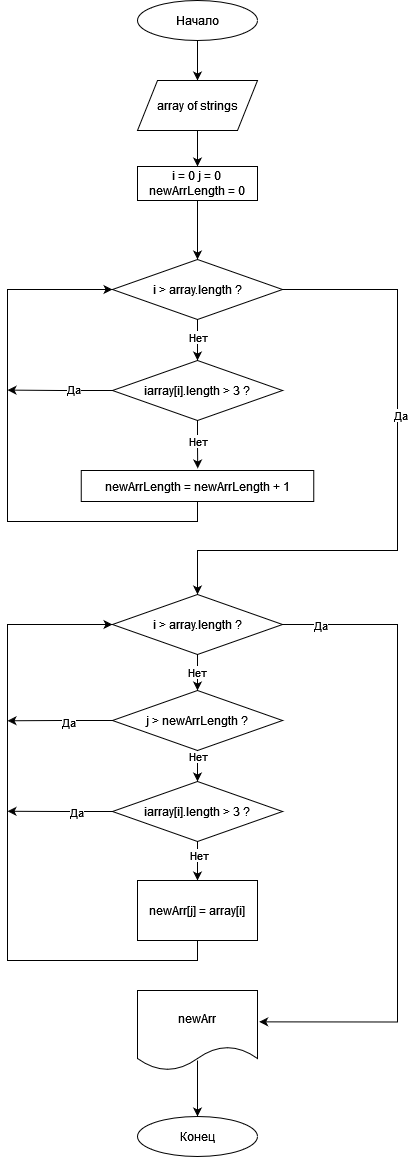
Above: Scheme.png in JennyBeltsova/FirstBlockExam02 (draw.io), before the change. Source tidied: cells renumbered, new cells last; positions are measured from the earlier drawing's top-left corner, leaving out a move shared by most shapes. The source it was exported from:
```xml
<mxGraphModel>
  <root>
    <mxCell id="0" />
    <mxCell id="1" parent="0" />
    <mxCell id="2" style="edgeStyle=orthogonalEdgeStyle;rounded=0;jettySize=auto;html=1;exitX=0.5;exitY=1;exitDx=0;exitDy=0;entryX=0.5;entryY=0;entryDx=0;entryDy=0;" parent="1" edge="1" source="3" target="6">
      <mxGeometry relative="1" as="geometry" />
    </mxCell>
    <mxCell id="3" value="Начало" style="ellipse;whiteSpace=wrap;html=1;" parent="1" vertex="1">
      <mxGeometry x="130" width="120" height="40" as="geometry" />
    </mxCell>
    <mxCell id="4" value="Конец" style="ellipse;whiteSpace=wrap;html=1;" parent="1" vertex="1">
      <mxGeometry x="130" y="1116" width="120" height="40" as="geometry" />
    </mxCell>
    <mxCell id="5" style="edgeStyle=orthogonalEdgeStyle;rounded=0;jettySize=auto;html=1;exitX=0.5;exitY=1;exitDx=0;exitDy=0;entryX=0.5;entryY=0;entryDx=0;entryDy=0;" parent="1" edge="1" source="6" target="12">
      <mxGeometry relative="1" as="geometry" />
    </mxCell>
    <mxCell id="6" value="array of strings" style="shape=parallelogram;perimeter=parallelogramPerimeter;whiteSpace=wrap;html=1;fixedSize=1;" parent="1" vertex="1">
      <mxGeometry x="130" y="80" width="120" height="50" as="geometry" />
    </mxCell>
    <mxCell id="7" style="edgeStyle=orthogonalEdgeStyle;rounded=0;jettySize=auto;html=1;exitX=1;exitY=0.5;exitDx=0;exitDy=0;" parent="1" edge="1" source="10" target="24">
      <mxGeometry relative="1" as="geometry">
        <Array as="points">
          <mxPoint x="390" y="289" />
          <mxPoint x="390" y="550" />
          <mxPoint x="190" y="550" />
        </Array>
      </mxGeometry>
    </mxCell>
    <mxCell id="8" value="Да" style="edgeLabel;html=1;align=center;verticalAlign=middle;" parent="7" vertex="1">
      <mxGeometry x="-0.22" y="2" relative="1" as="geometry" />
    </mxCell>
    <mxCell id="9" style="edgeStyle=orthogonalEdgeStyle;rounded=0;jettySize=auto;html=1;exitX=0.5;exitY=1;exitDx=0;exitDy=0;entryX=0.5;entryY=0;entryDx=0;entryDy=0;" parent="1" edge="1" source="10" target="19">
      <mxGeometry relative="1" as="geometry" />
    </mxCell>
    <mxCell id="10" value="i &amp;gt; array.length ?" style="rhombus;whiteSpace=wrap;html=1;" parent="1" vertex="1">
      <mxGeometry x="105" y="259" width="170" height="60" as="geometry" />
    </mxCell>
    <mxCell id="11" style="edgeStyle=orthogonalEdgeStyle;rounded=0;jettySize=auto;html=1;exitX=0.5;exitY=1;exitDx=0;exitDy=0;entryX=0.5;entryY=0;entryDx=0;entryDy=0;" parent="1" edge="1" source="12" target="10">
      <mxGeometry relative="1" as="geometry" />
    </mxCell>
    <mxCell id="12" value="&lt;div&gt;i = 0 j = 0&lt;br&gt;&lt;/div&gt;&lt;div&gt;newArrLength = 0&lt;br&gt;&lt;/div&gt;" style="rounded=0;whiteSpace=wrap;html=1;" parent="1" vertex="1">
      <mxGeometry x="130" y="166" width="120" height="34" as="geometry" />
    </mxCell>
    <mxCell id="13" style="edgeStyle=orthogonalEdgeStyle;rounded=0;jettySize=auto;html=1;exitX=0.5;exitY=1;exitDx=0;exitDy=0;entryX=0;entryY=0.5;entryDx=0;entryDy=0;" parent="1" edge="1" source="14" target="10">
      <mxGeometry relative="1" as="geometry">
        <Array as="points">
          <mxPoint x="190" y="521" />
          <mxPoint y="521" />
          <mxPoint y="289" />
        </Array>
      </mxGeometry>
    </mxCell>
    <mxCell id="14" value="newArrLength = newArrLength + 1" style="rounded=0;whiteSpace=wrap;html=1;" parent="1" vertex="1">
      <mxGeometry x="73.8" y="470" width="232.5" height="31" as="geometry" />
    </mxCell>
    <mxCell id="15" style="edgeStyle=orthogonalEdgeStyle;rounded=0;jettySize=auto;html=1;exitX=0.5;exitY=1;exitDx=0;exitDy=0;entryX=0.501;entryY=-0.065;entryDx=0;entryDy=0;entryPerimeter=0;" parent="1" edge="1" source="19" target="14">
      <mxGeometry relative="1" as="geometry" />
    </mxCell>
    <mxCell id="16" value="Нет" style="edgeLabel;html=1;align=center;verticalAlign=middle;" parent="15" vertex="1">
      <mxGeometry x="-0.18" relative="1" as="geometry" />
    </mxCell>
    <mxCell id="17" style="edgeStyle=orthogonalEdgeStyle;rounded=0;jettySize=auto;html=1;exitX=0;exitY=0.5;exitDx=0;exitDy=0;" parent="1" edge="1" source="19">
      <mxGeometry relative="1" as="geometry">
        <mxPoint y="389.6" as="targetPoint" />
      </mxGeometry>
    </mxCell>
    <mxCell id="18" value="Да" style="edgeLabel;html=1;align=center;verticalAlign=middle;" parent="17" vertex="1">
      <mxGeometry x="-0.24" y="-2" relative="1" as="geometry" />
    </mxCell>
    <mxCell id="19" value="iarray[i].length &amp;gt; 3 ?" style="rhombus;whiteSpace=wrap;html=1;" parent="1" vertex="1">
      <mxGeometry x="105" y="360" width="170" height="60" as="geometry" />
    </mxCell>
    <mxCell id="20" value="Нет" style="edgeLabel;html=1;align=center;verticalAlign=middle;" parent="1" vertex="1">
      <mxGeometry x="190" y="335.4" as="geometry" />
    </mxCell>
    <mxCell id="21" style="edgeStyle=orthogonalEdgeStyle;rounded=0;jettySize=auto;html=1;exitX=1;exitY=0.5;exitDx=0;exitDy=0;entryX=1.014;entryY=0.392;entryDx=0;entryDy=0;entryPerimeter=0;" parent="1" edge="1" source="24" target="37">
      <mxGeometry relative="1" as="geometry">
        <Array as="points">
          <mxPoint x="390" y="624" />
          <mxPoint x="390" y="1021" />
        </Array>
      </mxGeometry>
    </mxCell>
    <mxCell id="22" value="Да" style="edgeLabel;html=1;align=center;verticalAlign=middle;" parent="21" vertex="1">
      <mxGeometry x="-0.88" relative="1" as="geometry">
        <mxPoint x="-1" as="offset" />
      </mxGeometry>
    </mxCell>
    <mxCell id="23" value="Нет" style="edgeStyle=orthogonalEdgeStyle;rounded=0;jettySize=auto;html=1;exitX=0.5;exitY=1;exitDx=0;exitDy=0;entryX=0.5;entryY=0;entryDx=0;entryDy=0;" parent="1" edge="1" source="24" target="29">
      <mxGeometry relative="1" as="geometry" />
    </mxCell>
    <mxCell id="24" value="i &amp;gt; array.length ?" style="rhombus;whiteSpace=wrap;html=1;" parent="1" vertex="1">
      <mxGeometry x="105" y="594" width="170" height="60" as="geometry" />
    </mxCell>
    <mxCell id="25" style="edgeStyle=orthogonalEdgeStyle;rounded=0;jettySize=auto;html=1;exitX=0.5;exitY=1;exitDx=0;exitDy=0;" parent="1" edge="1" source="29" target="34">
      <mxGeometry relative="1" as="geometry" />
    </mxCell>
    <mxCell id="26" value="Нет" style="edgeLabel;html=1;align=center;verticalAlign=middle;" parent="25" vertex="1">
      <mxGeometry x="-0.76" relative="1" as="geometry" />
    </mxCell>
    <mxCell id="27" style="edgeStyle=orthogonalEdgeStyle;rounded=0;jettySize=auto;html=1;exitX=0;exitY=0.5;exitDx=0;exitDy=0;" parent="1" edge="1" source="29">
      <mxGeometry relative="1" as="geometry">
        <mxPoint y="720.3" as="targetPoint" />
      </mxGeometry>
    </mxCell>
    <mxCell id="28" value="Да" style="edgeLabel;html=1;align=center;verticalAlign=middle;" parent="27" vertex="1">
      <mxGeometry x="-0.17" y="1" relative="1" as="geometry" />
    </mxCell>
    <mxCell id="29" value="j &amp;gt; newArrLength ?" style="rhombus;whiteSpace=wrap;html=1;" parent="1" vertex="1">
      <mxGeometry x="105" y="690" width="170" height="60" as="geometry" />
    </mxCell>
    <mxCell id="30" style="edgeStyle=orthogonalEdgeStyle;rounded=0;jettySize=auto;html=1;exitX=0.5;exitY=1;exitDx=0;exitDy=0;entryX=0.5;entryY=0;entryDx=0;entryDy=0;" parent="1" edge="1" source="34" target="36">
      <mxGeometry relative="1" as="geometry" />
    </mxCell>
    <mxCell id="31" value="Нет" style="edgeLabel;html=1;align=center;verticalAlign=middle;" parent="30" vertex="1">
      <mxGeometry x="-0.3" y="1" relative="1" as="geometry" />
    </mxCell>
    <mxCell id="32" style="edgeStyle=orthogonalEdgeStyle;rounded=0;jettySize=auto;html=1;exitX=0;exitY=0.5;exitDx=0;exitDy=0;" parent="1" edge="1" source="34">
      <mxGeometry relative="1" as="geometry">
        <mxPoint y="810.8" as="targetPoint" />
      </mxGeometry>
    </mxCell>
    <mxCell id="33" value="Да" style="edgeLabel;html=1;align=center;verticalAlign=middle;" parent="32" vertex="1">
      <mxGeometry x="-0.31" relative="1" as="geometry" />
    </mxCell>
    <mxCell id="34" value="iarray[i].length &amp;gt; 3 ?" style="rhombus;whiteSpace=wrap;html=1;" parent="1" vertex="1">
      <mxGeometry x="105" y="781" width="170" height="60" as="geometry" />
    </mxCell>
    <mxCell id="35" style="edgeStyle=orthogonalEdgeStyle;rounded=0;jettySize=auto;html=1;exitX=0.5;exitY=1;exitDx=0;exitDy=0;entryX=0;entryY=0.5;entryDx=0;entryDy=0;" parent="1" edge="1" source="36" target="24">
      <mxGeometry relative="1" as="geometry">
        <Array as="points">
          <mxPoint x="190" y="960" />
          <mxPoint y="960" />
          <mxPoint y="624" />
        </Array>
      </mxGeometry>
    </mxCell>
    <mxCell id="36" value="newArr[j] = array[i]" style="rounded=0;whiteSpace=wrap;html=1;" parent="1" vertex="1">
      <mxGeometry x="130" y="880" width="120" height="60" as="geometry" />
    </mxCell>
    <mxCell id="37" value="newArr" style="shape=document;whiteSpace=wrap;html=1;boundedLbl=1;" parent="1" vertex="1">
      <mxGeometry x="130" y="990" width="120" height="80" as="geometry" />
    </mxCell>
    <mxCell id="38" style="endArrow=classic;html=1;rounded=0;exitX=0.5;exitY=0.875;exitDx=0;exitDy=0;exitPerimeter=0;entryX=0.5;entryY=0;entryDx=0;entryDy=0;" parent="1" edge="1" source="37" target="4">
      <mxGeometry relative="1" as="geometry" />
    </mxCell>
  </root>
</mxGraphModel>
```
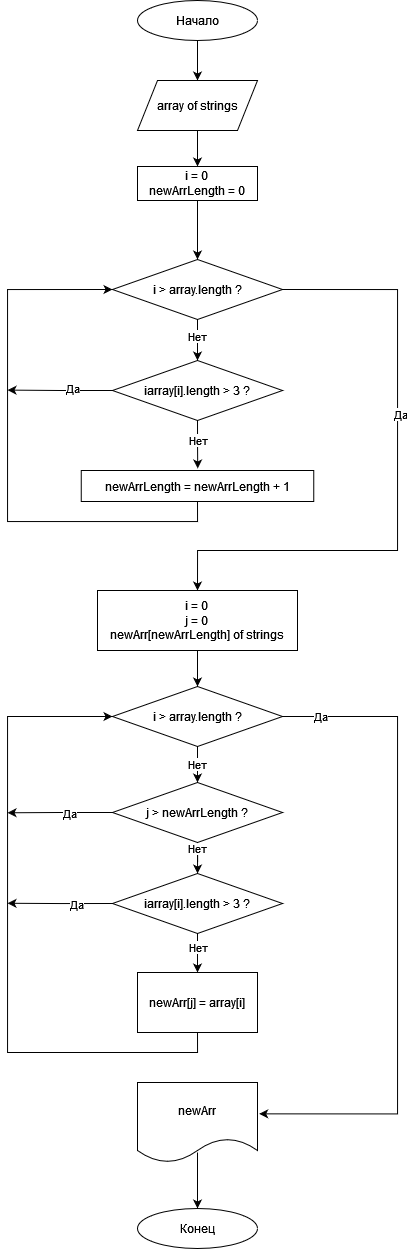
After the commit.

Change to the diagram source:
```diff
@@ -1,4 +1,4 @@
-<mxGraphModel>
+<mxGraphModel background="#ffffff">
   <root>
     <mxCell id="0" />
     <mxCell id="1" parent="0" />
@@ -9,7 +9,7 @@
       <mxGeometry x="130" width="120" height="40" as="geometry" />
     </mxCell>
     <mxCell id="4" value="Конец" style="ellipse;whiteSpace=wrap;html=1;" parent="1" vertex="1">
-      <mxGeometry x="130" y="1116" width="120" height="40" as="geometry" />
+      <mxGeometry x="130" y="1208" width="120" height="40" as="geometry" />
     </mxCell>
     <mxCell id="5" style="edgeStyle=orthogonalEdgeStyle;rounded=0;jettySize=auto;html=1;exitX=0.5;exitY=1;exitDx=0;exitDy=0;entryX=0.5;entryY=0;entryDx=0;entryDy=0;" parent="1" edge="1" source="6" target="12">
       <mxGeometry relative="1" as="geometry" />
@@ -17,8 +17,9 @@
     <mxCell id="6" value="array of strings" style="shape=parallelogram;perimeter=parallelogramPerimeter;whiteSpace=wrap;html=1;fixedSize=1;" parent="1" vertex="1">
       <mxGeometry x="130" y="80" width="120" height="50" as="geometry" />
     </mxCell>
-    <mxCell id="7" style="edgeStyle=orthogonalEdgeStyle;rounded=0;jettySize=auto;html=1;exitX=1;exitY=0.5;exitDx=0;exitDy=0;" parent="1" edge="1" source="10" target="24">
+    <mxCell id="7" style="edgeStyle=orthogonalEdgeStyle;rounded=0;jettySize=auto;html=1;exitX=1;exitY=0.5;exitDx=0;exitDy=0;" parent="1" edge="1" source="10">
       <mxGeometry relative="1" as="geometry">
+        <mxPoint x="190" y="590" as="targetPoint" />
         <Array as="points">
           <mxPoint x="390" y="289" />
           <mxPoint x="390" y="550" />
@@ -38,7 +39,7 @@
     <mxCell id="11" style="edgeStyle=orthogonalEdgeStyle;rounded=0;jettySize=auto;html=1;exitX=0.5;exitY=1;exitDx=0;exitDy=0;entryX=0.5;entryY=0;entryDx=0;entryDy=0;" parent="1" edge="1" source="12" target="10">
       <mxGeometry relative="1" as="geometry" />
     </mxCell>
-    <mxCell id="12" value="&lt;div&gt;i = 0 j = 0&lt;br&gt;&lt;/div&gt;&lt;div&gt;newArrLength = 0&lt;br&gt;&lt;/div&gt;" style="rounded=0;whiteSpace=wrap;html=1;" parent="1" vertex="1">
+    <mxCell id="12" value="&lt;div&gt;i = 0&lt;br&gt;&lt;/div&gt;&lt;div&gt;newArrLength = 0&lt;br&gt;&lt;/div&gt;" style="rounded=0;whiteSpace=wrap;html=1;" parent="1" vertex="1">
       <mxGeometry x="130" y="166" width="120" height="34" as="geometry" />
     </mxCell>
     <mxCell id="13" style="edgeStyle=orthogonalEdgeStyle;rounded=0;jettySize=auto;html=1;exitX=0.5;exitY=1;exitDx=0;exitDy=0;entryX=0;entryY=0.5;entryDx=0;entryDy=0;" parent="1" edge="1" source="14" target="10">
@@ -76,8 +77,8 @@
     <mxCell id="21" style="edgeStyle=orthogonalEdgeStyle;rounded=0;jettySize=auto;html=1;exitX=1;exitY=0.5;exitDx=0;exitDy=0;entryX=1.014;entryY=0.392;entryDx=0;entryDy=0;entryPerimeter=0;" parent="1" edge="1" source="24" target="37">
       <mxGeometry relative="1" as="geometry">
         <Array as="points">
-          <mxPoint x="390" y="624" />
-          <mxPoint x="390" y="1021" />
+          <mxPoint x="390" y="716" />
+          <mxPoint x="390" y="1113" />
         </Array>
       </mxGeometry>
     </mxCell>
@@ -90,7 +91,7 @@
       <mxGeometry relative="1" as="geometry" />
     </mxCell>
     <mxCell id="24" value="i &amp;gt; array.length ?" style="rhombus;whiteSpace=wrap;html=1;" parent="1" vertex="1">
-      <mxGeometry x="105" y="594" width="170" height="60" as="geometry" />
+      <mxGeometry x="105" y="686" width="170" height="60" as="geometry" />
     </mxCell>
     <mxCell id="25" style="edgeStyle=orthogonalEdgeStyle;rounded=0;jettySize=auto;html=1;exitX=0.5;exitY=1;exitDx=0;exitDy=0;" parent="1" edge="1" source="29" target="34">
       <mxGeometry relative="1" as="geometry" />
@@ -100,14 +101,14 @@
     </mxCell>
     <mxCell id="27" style="edgeStyle=orthogonalEdgeStyle;rounded=0;jettySize=auto;html=1;exitX=0;exitY=0.5;exitDx=0;exitDy=0;" parent="1" edge="1" source="29">
       <mxGeometry relative="1" as="geometry">
-        <mxPoint y="720.3" as="targetPoint" />
+        <mxPoint y="812.3" as="targetPoint" />
       </mxGeometry>
     </mxCell>
     <mxCell id="28" value="Да" style="edgeLabel;html=1;align=center;verticalAlign=middle;" parent="27" vertex="1">
       <mxGeometry x="-0.17" y="1" relative="1" as="geometry" />
     </mxCell>
     <mxCell id="29" value="j &amp;gt; newArrLength ?" style="rhombus;whiteSpace=wrap;html=1;" parent="1" vertex="1">
-      <mxGeometry x="105" y="690" width="170" height="60" as="geometry" />
+      <mxGeometry x="105" y="782" width="170" height="60" as="geometry" />
     </mxCell>
     <mxCell id="30" style="edgeStyle=orthogonalEdgeStyle;rounded=0;jettySize=auto;html=1;exitX=0.5;exitY=1;exitDx=0;exitDy=0;entryX=0.5;entryY=0;entryDx=0;entryDy=0;" parent="1" edge="1" source="34" target="36">
       <mxGeometry relative="1" as="geometry" />
@@ -117,32 +118,38 @@
     </mxCell>
     <mxCell id="32" style="edgeStyle=orthogonalEdgeStyle;rounded=0;jettySize=auto;html=1;exitX=0;exitY=0.5;exitDx=0;exitDy=0;" parent="1" edge="1" source="34">
       <mxGeometry relative="1" as="geometry">
-        <mxPoint y="810.8" as="targetPoint" />
+        <mxPoint y="902.8" as="targetPoint" />
       </mxGeometry>
     </mxCell>
     <mxCell id="33" value="Да" style="edgeLabel;html=1;align=center;verticalAlign=middle;" parent="32" vertex="1">
       <mxGeometry x="-0.31" relative="1" as="geometry" />
     </mxCell>
     <mxCell id="34" value="iarray[i].length &amp;gt; 3 ?" style="rhombus;whiteSpace=wrap;html=1;" parent="1" vertex="1">
-      <mxGeometry x="105" y="781" width="170" height="60" as="geometry" />
+      <mxGeometry x="105" y="873" width="170" height="60" as="geometry" />
     </mxCell>
     <mxCell id="35" style="edgeStyle=orthogonalEdgeStyle;rounded=0;jettySize=auto;html=1;exitX=0.5;exitY=1;exitDx=0;exitDy=0;entryX=0;entryY=0.5;entryDx=0;entryDy=0;" parent="1" edge="1" source="36" target="24">
       <mxGeometry relative="1" as="geometry">
         <Array as="points">
-          <mxPoint x="190" y="960" />
-          <mxPoint y="960" />
-          <mxPoint y="624" />
+          <mxPoint x="190" y="1052" />
+          <mxPoint y="1052" />
+          <mxPoint y="716" />
         </Array>
       </mxGeometry>
     </mxCell>
     <mxCell id="36" value="newArr[j] = array[i]" style="rounded=0;whiteSpace=wrap;html=1;" parent="1" vertex="1">
-      <mxGeometry x="130" y="880" width="120" height="60" as="geometry" />
+      <mxGeometry x="130" y="972" width="120" height="60" as="geometry" />
     </mxCell>
     <mxCell id="37" value="newArr" style="shape=document;whiteSpace=wrap;html=1;boundedLbl=1;" parent="1" vertex="1">
-      <mxGeometry x="130" y="990" width="120" height="80" as="geometry" />
+      <mxGeometry x="130" y="1082" width="120" height="80" as="geometry" />
     </mxCell>
     <mxCell id="38" style="endArrow=classic;html=1;rounded=0;exitX=0.5;exitY=0.875;exitDx=0;exitDy=0;exitPerimeter=0;entryX=0.5;entryY=0;entryDx=0;entryDy=0;" parent="1" edge="1" source="37" target="4">
       <mxGeometry relative="1" as="geometry" />
     </mxCell>
+    <mxCell id="39" style="edgeStyle=orthogonalEdgeStyle;rounded=0;jettySize=auto;html=1;exitX=0.5;exitY=1;exitDx=0;exitDy=0;entryX=0.5;entryY=0;entryDx=0;entryDy=0;" parent="1" edge="1" source="40" target="24">
+      <mxGeometry relative="1" as="geometry" />
+    </mxCell>
+    <mxCell id="40" value="&lt;div&gt;i = 0&lt;/div&gt;&lt;div&gt;j = 0&lt;/div&gt;&lt;div&gt;newArr[newArrLength] of strings&lt;br&gt;&lt;/div&gt;" style="rounded=0;whiteSpace=wrap;html=1;" parent="1" vertex="1">
+      <mxGeometry x="90" y="590" width="200" height="60" as="geometry" />
+    </mxCell>
   </root>
 </mxGraphModel>
```
